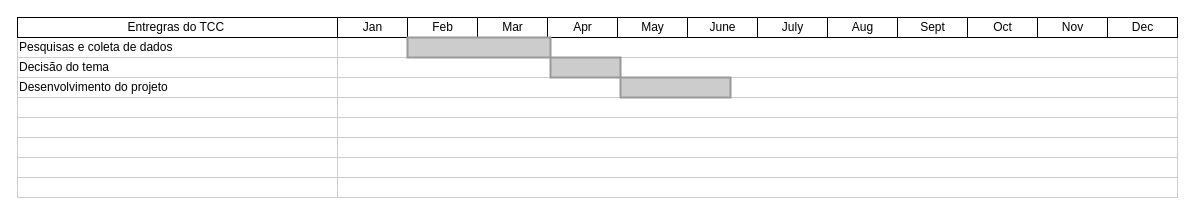
bessa2121/TCC keeps this draw.io diagram as Diagramas/DiagramaGanttTCC.drawio. Above is the earlier version. Source tidied: cells renumbered, new cells numbered last; positions are measured from the earlier drawing's top-left corner, leaving out a move shared by most shapes. Both pictures are drawn from the tidied source at 100%, with x=0, y=0 at pixel (17, 17).
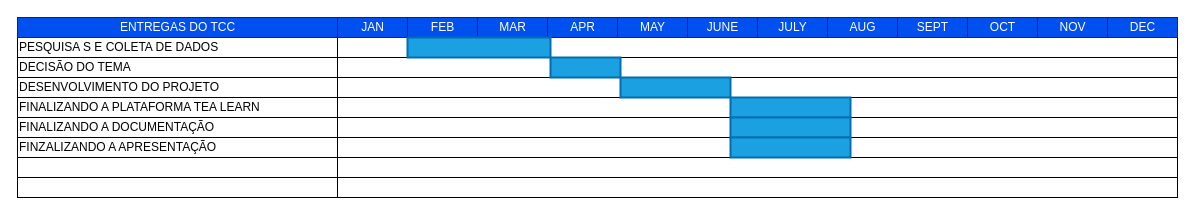
After the change.

What changed in the source:
```diff
@@
-    <mxCell id="2" value="Pesquisas e coleta de dados" style="align=left;strokeColor=#CCCCCC;html=1;" parent="1" vertex="1">
+    <mxCell id="2" value="PESQUISA S E COLETA DE DADOS" style="align=left;html=1;" parent="1" vertex="1">
       <mxGeometry y="20" width="320" height="20" as="geometry" />
     </mxCell>
-    <mxCell id="3" value="Decisão do tema" style="align=left;strokeColor=#CCCCCC;html=1;" parent="1" vertex="1">
+    <mxCell id="3" value="DECISÃO DO TEMA" style="align=left;html=1;" parent="1" vertex="1">
       <mxGeometry y="40" width="320" height="20" as="geometry" />
     </mxCell>
-    <mxCell id="4" value="Desenvolvimento do projeto" style="align=left;strokeColor=#CCCCCC;html=1;" parent="1" vertex="1">
+    <mxCell id="4" value="DESENVOLVIMENTO DO PROJETO" style="align=left;html=1;" parent="1" vertex="1">
       <mxGeometry y="60" width="320" height="20" as="geometry" />
     </mxCell>
-    <mxCell id="5" style="align=left;strokeColor=#CCCCCC;html=1;" parent="1" vertex="1">
+    <mxCell id="5" value="FINALIZANDO A PLATAFORMA TEA LEARN" style="align=left;html=1;" parent="1" vertex="1">
       <mxGeometry y="80" width="320" height="20" as="geometry" />
     </mxCell>
-    <mxCell id="6" style="align=left;strokeColor=#CCCCCC;html=1;" parent="1" vertex="1">
+    <mxCell id="6" value="FINALIZANDO A DOCUMENTAÇÃO" style="align=left;html=1;" parent="1" vertex="1">
       <mxGeometry y="100" width="320" height="20" as="geometry" />
     </mxCell>
-    <mxCell id="7" style="align=left;strokeColor=#CCCCCC;html=1;" parent="1" vertex="1">
+    <mxCell id="7" value="FINZALIZANDO A APRESENTAÇÃO" style="align=left;html=1;" parent="1" vertex="1">
       <mxGeometry y="120" width="320" height="20" as="geometry" />
     </mxCell>
-    <mxCell id="8" value="Entregras do TCC&amp;nbsp;" style="strokeWidth=1;fontStyle=0;html=1;" parent="1" vertex="1">
+    <mxCell id="8" value="ENTREGAS DO TCC" style="strokeWidth=1;fontStyle=0;html=1;fillColor=#0050ef;fontColor=#ffffff;strokeColor=#001DBC;" parent="1" vertex="1">
       <mxGeometry width="320" height="20" as="geometry" />
     </mxCell>
-    <mxCell id="9" style="align=left;strokeColor=#CCCCCC;html=1;" parent="1" vertex="1">
+    <mxCell id="9" style="align=left;html=1;" parent="1" vertex="1">
       <mxGeometry y="140" width="320" height="20" as="geometry" />
     </mxCell>
-    <mxCell id="10" style="align=left;strokeColor=#CCCCCC;html=1;" parent="1" vertex="1">
+    <mxCell id="10" style="align=left;html=1;" parent="1" vertex="1">
       <mxGeometry y="160" width="320" height="20" as="geometry" />
     </mxCell>
-    <mxCell id="11" style="align=left;strokeColor=#CCCCCC;html=1;" parent="1" vertex="1">
+    <mxCell id="11" style="align=left;html=1;" parent="1" vertex="1">
       <mxGeometry x="320" y="20" width="840" height="20" as="geometry" />
     </mxCell>
-    <mxCell id="12" value="Jan" style="strokeWidth=1;fontStyle=0;html=1;" parent="1" vertex="1">
+    <mxCell id="12" value="JAN" style="strokeWidth=1;fontStyle=0;html=1;fillColor=#0050ef;fontColor=#ffffff;strokeColor=#001DBC;verticalAlign=middle;horizontal=1;" parent="1" vertex="1">
       <mxGeometry x="320" width="70" height="20" as="geometry" />
     </mxCell>
-    <mxCell id="13" value="Feb" style="strokeWidth=1;fontStyle=0;html=1;" parent="1" vertex="1">
+    <mxCell id="13" value="FEB" style="strokeWidth=1;fontStyle=0;html=1;fillColor=#0050ef;fontColor=#ffffff;strokeColor=#001DBC;verticalAlign=middle;horizontal=1;" parent="1" vertex="1">
       <mxGeometry x="390" width="70" height="20" as="geometry" />
     </mxCell>
-    <mxCell id="14" value="Mar" style="strokeWidth=1;fontStyle=0;html=1;" parent="1" vertex="1">
+    <mxCell id="14" value="MAR" style="strokeWidth=1;fontStyle=0;html=1;fillColor=#0050ef;fontColor=#ffffff;strokeColor=#001DBC;verticalAlign=middle;horizontal=1;" parent="1" vertex="1">
       <mxGeometry x="460" width="70" height="20" as="geometry" />
     </mxCell>
-    <mxCell id="15" value="Apr" style="strokeWidth=1;fontStyle=0;html=1;" parent="1" vertex="1">
+    <mxCell id="15" value="APR" style="strokeWidth=1;fontStyle=0;html=1;fillColor=#0050ef;fontColor=#ffffff;strokeColor=#001DBC;verticalAlign=middle;horizontal=1;" parent="1" vertex="1">
       <mxGeometry x="530" width="70" height="20" as="geometry" />
     </mxCell>
-    <mxCell id="16" value="May" style="strokeWidth=1;fontStyle=0;html=1;" parent="1" vertex="1">
+    <mxCell id="16" value="MAY" style="strokeWidth=1;fontStyle=0;html=1;fillColor=#0050ef;fontColor=#ffffff;strokeColor=#001DBC;verticalAlign=middle;horizontal=1;" parent="1" vertex="1">
       <mxGeometry x="600" width="70" height="20" as="geometry" />
     </mxCell>
-    <mxCell id="17" value="June" style="strokeWidth=1;fontStyle=0;html=1;" parent="1" vertex="1">
+    <mxCell id="17" value="JUNE" style="strokeWidth=1;fontStyle=0;html=1;fillColor=#0050ef;fontColor=#ffffff;strokeColor=#001DBC;verticalAlign=middle;horizontal=1;" parent="1" vertex="1">
       <mxGeometry x="670" width="70" height="20" as="geometry" />
     </mxCell>
-    <mxCell id="18" value="July" style="strokeWidth=1;fontStyle=0;html=1;" parent="1" vertex="1">
+    <mxCell id="18" value="JULY" style="strokeWidth=1;fontStyle=0;html=1;fillColor=#0050ef;fontColor=#ffffff;strokeColor=#001DBC;verticalAlign=middle;horizontal=1;" parent="1" vertex="1">
       <mxGeometry x="740" width="70" height="20" as="geometry" />
     </mxCell>
-    <mxCell id="19" value="Aug" style="strokeWidth=1;fontStyle=0;html=1;" parent="1" vertex="1">
+    <mxCell id="19" value="AUG" style="strokeWidth=1;fontStyle=0;html=1;fillColor=#0050ef;fontColor=#ffffff;strokeColor=#001DBC;verticalAlign=middle;horizontal=1;" parent="1" vertex="1">
       <mxGeometry x="810" width="70" height="20" as="geometry" />
     </mxCell>
-    <mxCell id="20" value="Sept" style="strokeWidth=1;fontStyle=0;html=1;" parent="1" vertex="1">
+    <mxCell id="20" value="SEPT" style="strokeWidth=1;fontStyle=0;html=1;fillColor=#0050ef;fontColor=#ffffff;strokeColor=#001DBC;verticalAlign=middle;horizontal=1;" parent="1" vertex="1">
       <mxGeometry x="880" width="70" height="20" as="geometry" />
     </mxCell>
-    <mxCell id="21" value="Oct" style="strokeWidth=1;fontStyle=0;html=1;" parent="1" vertex="1">
+    <mxCell id="21" value="OCT" style="strokeWidth=1;fontStyle=0;html=1;fillColor=#0050ef;fontColor=#ffffff;strokeColor=#001DBC;verticalAlign=middle;horizontal=1;" parent="1" vertex="1">
       <mxGeometry x="950" width="70" height="20" as="geometry" />
     </mxCell>
-    <mxCell id="22" value="Nov" style="strokeWidth=1;fontStyle=0;html=1;" parent="1" vertex="1">
+    <mxCell id="22" value="NOV" style="strokeWidth=1;fontStyle=0;html=1;fillColor=#0050ef;fontColor=#ffffff;strokeColor=#001DBC;verticalAlign=middle;horizontal=1;" parent="1" vertex="1">
       <mxGeometry x="1020" width="70" height="20" as="geometry" />
     </mxCell>
-    <mxCell id="23" value="Dec" style="strokeWidth=1;fontStyle=0;html=1;" parent="1" vertex="1">
+    <mxCell id="23" value="DEC" style="strokeWidth=1;fontStyle=0;html=1;fillColor=#0050ef;fontColor=#ffffff;strokeColor=#001DBC;verticalAlign=middle;horizontal=1;" parent="1" vertex="1">
       <mxGeometry x="1090" width="70" height="20" as="geometry" />
     </mxCell>
-    <mxCell id="24" style="align=left;strokeColor=#CCCCCC;html=1;" parent="1" vertex="1">
+    <mxCell id="24" style="align=left;html=1;" parent="1" vertex="1">
       <mxGeometry x="320" y="40" width="840" height="20" as="geometry" />
     </mxCell>
-    <mxCell id="25" style="align=left;strokeColor=#CCCCCC;html=1;" parent="1" vertex="1">
+    <mxCell id="25" style="align=left;html=1;" parent="1" vertex="1">
       <mxGeometry x="320" y="60" width="840" height="20" as="geometry" />
     </mxCell>
-    <mxCell id="26" style="align=left;strokeColor=#CCCCCC;html=1;" parent="1" vertex="1">
+    <mxCell id="26" style="align=left;html=1;" parent="1" vertex="1">
       <mxGeometry x="320" y="80" width="840" height="20" as="geometry" />
     </mxCell>
-    <mxCell id="27" style="align=left;strokeColor=#CCCCCC;html=1;" parent="1" vertex="1">
+    <mxCell id="27" style="align=left;html=1;" parent="1" vertex="1">
       <mxGeometry x="320" y="100" width="840" height="20" as="geometry" />
     </mxCell>
-    <mxCell id="28" style="align=left;strokeColor=#CCCCCC;html=1;" parent="1" vertex="1">
+    <mxCell id="28" style="align=left;html=1;" parent="1" vertex="1">
       <mxGeometry x="320" y="120" width="840" height="20" as="geometry" />
     </mxCell>
-    <mxCell id="29" style="align=left;strokeColor=#CCCCCC;html=1;" parent="1" vertex="1">
+    <mxCell id="29" style="align=left;html=1;" parent="1" vertex="1">
       <mxGeometry x="320" y="140" width="840" height="20" as="geometry" />
     </mxCell>
-    <mxCell id="30" style="align=left;strokeColor=#CCCCCC;html=1;" parent="1" vertex="1">
+    <mxCell id="30" style="align=left;html=1;" parent="1" vertex="1">
       <mxGeometry x="320" y="160" width="840" height="20" as="geometry" />
     </mxCell>
-    <mxCell id="31" style="whiteSpace=wrap;html=1;strokeWidth=2;fillColor=#CCCCCC;gradientColor=none;fontSize=14;align=center;strokeColor=#999999;" parent="1" vertex="1">
+    <mxCell id="31" style="whiteSpace=wrap;html=1;strokeWidth=2;fontSize=14;align=center;fillColor=#1ba1e2;strokeColor=#006EAF;fontColor=#ffffff;" parent="1" vertex="1">
       <mxGeometry x="390" y="20" width="143" height="20" as="geometry" />
     </mxCell>
-    <mxCell id="32" style="whiteSpace=wrap;html=1;strokeWidth=2;fillColor=#CCCCCC;gradientColor=none;fontSize=14;align=center;strokeColor=#999999;" parent="1" vertex="1">
+    <mxCell id="32" style="whiteSpace=wrap;html=1;strokeWidth=2;fontSize=14;align=center;fillColor=#1ba1e2;fontColor=#ffffff;strokeColor=#006EAF;" parent="1" vertex="1">
       <mxGeometry x="533" y="40" width="70" height="20" as="geometry" />
     </mxCell>
-    <mxCell id="33" style="whiteSpace=wrap;html=1;strokeWidth=2;fillColor=#CCCCCC;gradientColor=none;fontSize=14;align=center;strokeColor=#999999;" parent="1" vertex="1">
+    <mxCell id="33" style="whiteSpace=wrap;html=1;strokeWidth=2;fontSize=14;align=center;fillColor=#1ba1e2;fontColor=#ffffff;strokeColor=#006EAF;" parent="1" vertex="1">
       <mxGeometry x="603" y="60" width="110" height="20" as="geometry" />
     </mxCell>
+    <mxCell id="34" style="whiteSpace=wrap;html=1;strokeWidth=2;fontSize=14;align=center;fillColor=#1ba1e2;fontColor=#ffffff;strokeColor=#006EAF;" parent="1" vertex="1">
+      <mxGeometry x="713" y="80" width="120" height="20" as="geometry" />
+    </mxCell>
+    <mxCell id="35" style="whiteSpace=wrap;html=1;strokeWidth=2;fontSize=14;align=center;fillColor=#1ba1e2;fontColor=#ffffff;strokeColor=#006EAF;" parent="1" vertex="1">
+      <mxGeometry x="713" y="100" width="120" height="20" as="geometry" />
+    </mxCell>
+    <mxCell id="36" style="whiteSpace=wrap;html=1;strokeWidth=2;fontSize=14;align=center;fillColor=#1ba1e2;fontColor=#ffffff;strokeColor=#006EAF;" parent="1" vertex="1">
+      <mxGeometry x="713" y="120" width="120" height="20" as="geometry" />
+    </mxCell>
```
